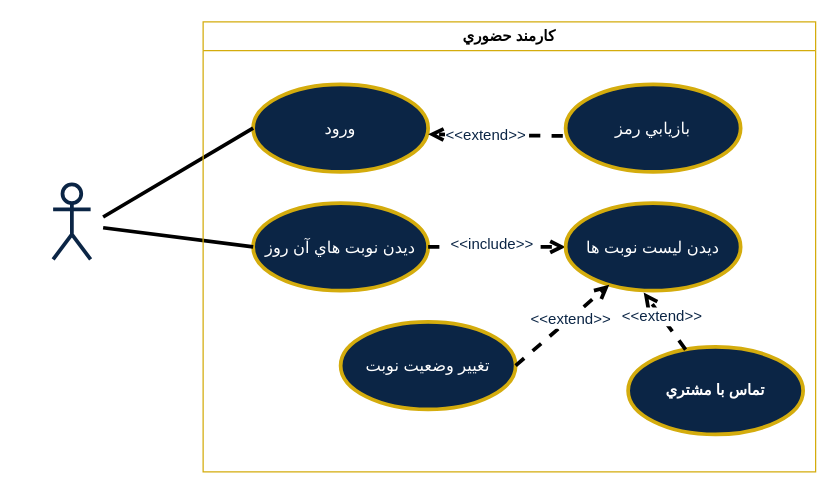
Before: Documentation/Analysis/Use-Case Docs/Business Workers/BusinessWorkers-UseCaseDiagram.drawio in TnT74K/Project-SAD, a draw.io diagram. Source tidied: cells renumbered, new cells numbered last; positions are measured from the earlier drawing's top-left corner, leaving out a move shared by most shapes. Both pictures are drawn from the tidied source at 125%, with x=0, y=0 at pixel (52, 21).
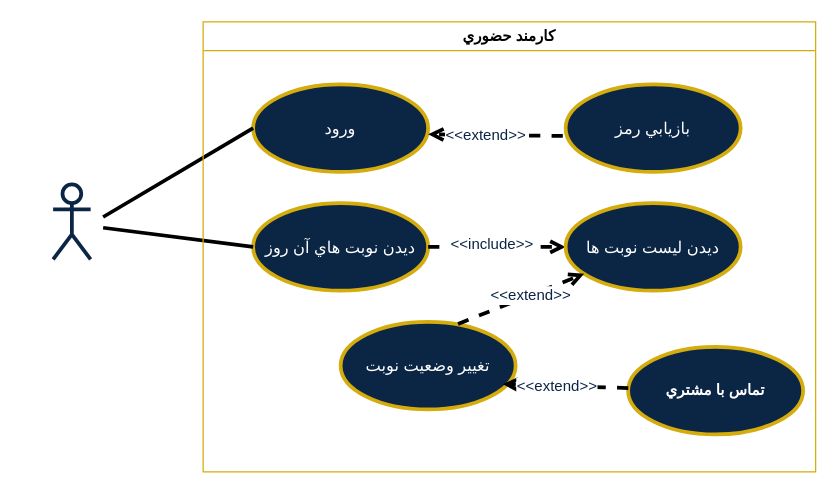
After the change.

Commit message (it also covers changes not shown here):
Update Business Worker UC

Unchanged cells that the change refers to:
```xml
<mxCell id="10" value="&lt;span style=&quot;font-size: 13px; font-weight: 400; text-wrap-mode: nowrap;&quot;&gt;ديدن ليست نوبت ها&lt;/span&gt;" style="ellipse;whiteSpace=wrap;html=1;fontFamily=zain;fillColor=light-dark(#0B2545,#0B2545);strokeColor=light-dark(#D4AC0D,#D4AC0D);strokeWidth=3;fontSize=12;fontColor=light-dark(#FFFFFF,#FFFFFF);fontStyle=1;align=center;verticalAlign=middle;labelBackgroundColor=none;" parent="1" vertex="1">
  <mxGeometry x="410" y="145" width="140" height="70" as="geometry" />
</mxCell>
<mxCell id="11" value="&lt;span style=&quot;font-size: 13px; font-weight: 400; text-wrap-mode: nowrap;&quot;&gt;تغيير وضعيت نوبت&lt;/span&gt;" style="ellipse;whiteSpace=wrap;html=1;fontFamily=zain;fillColor=light-dark(#0B2545,#0B2545);strokeColor=light-dark(#D4AC0D,#D4AC0D);strokeWidth=3;fontSize=12;fontColor=light-dark(#FFFFFF,#FFFFFF);fontStyle=1;align=center;verticalAlign=middle;labelBackgroundColor=none;" parent="1" vertex="1">
  <mxGeometry x="230" y="240" width="140" height="70" as="geometry" />
</mxCell>
<mxCell id="15" value="تماس با مشتري" style="ellipse;whiteSpace=wrap;html=1;fontFamily=zain;fillColor=light-dark(#0B2545,#0B2545);strokeColor=light-dark(#D4AC0D,#D4AC0D);strokeWidth=3;fontSize=12;fontColor=light-dark(#FFFFFF,#FFFFFF);fontStyle=1;align=center;verticalAlign=middle;labelBackgroundColor=none;" parent="1" vertex="1">
  <mxGeometry x="460" y="260" width="140" height="70" as="geometry" />
</mxCell>
```

Change to the diagram source:
```diff
@@
-    <mxCell id="12" style="edgeStyle=none;shape=connector;rounded=0;jettySize=auto;html=1;strokeColor=light-dark(#000000,#FFFFFF);align=center;verticalAlign=middle;fontFamily=zain;fontSize=12;fontColor=default;labelBackgroundColor=default;endArrow=open;endFill=0;startArrow=none;startFill=0;dashed=1;strokeWidth=3;exitX=1;exitY=0.5;exitDx=0;exitDy=0;" parent="1" edge="1" source="11" target="10">
+    <mxCell id="12" style="edgeStyle=none;shape=connector;rounded=0;jettySize=auto;html=1;strokeColor=light-dark(#000000,#FFFFFF);align=center;verticalAlign=middle;fontFamily=zain;fontSize=12;fontColor=default;labelBackgroundColor=default;endArrow=open;endFill=0;startArrow=none;startFill=0;dashed=1;strokeWidth=3;exitX=0.671;exitY=0.023;exitDx=0;exitDy=0;exitPerimeter=0;" parent="1" edge="1" source="11" target="10">
       <mxGeometry relative="1" as="geometry" />
     </mxCell>
@@
-    <mxCell id="16" style="edgeStyle=none;shape=connector;rounded=0;jettySize=auto;html=1;strokeColor=light-dark(#000000,#FFFFFF);align=center;verticalAlign=middle;fontFamily=zain;fontSize=12;fontColor=default;labelBackgroundColor=default;endArrow=open;endFill=0;startArrow=none;startFill=0;dashed=1;strokeWidth=3;entryX=0.446;entryY=1.021;entryDx=0;entryDy=0;entryPerimeter=0;" parent="1" edge="1" source="15" target="10">
+    <mxCell id="16" style="edgeStyle=none;shape=connector;rounded=0;jettySize=auto;html=1;strokeColor=light-dark(#000000,#FFFFFF);align=center;verticalAlign=middle;fontFamily=zain;fontSize=12;fontColor=default;labelBackgroundColor=default;endArrow=open;endFill=0;startArrow=none;startFill=0;dashed=1;strokeWidth=3;entryX=0.927;entryY=0.712;entryDx=0;entryDy=0;entryPerimeter=0;" parent="1" edge="1" source="15" target="11">
       <mxGeometry relative="1" as="geometry" />
     </mxCell>
```
